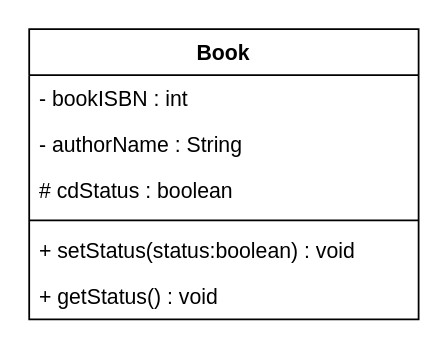
Above: E2ClassDiagram.drawio in yunee01/W2 (draw.io), before the change. Source tidied: cells renumbered, new cells numbered last; positions are measured from the earlier drawing's top-left corner, leaving out a move shared by most shapes. Both pictures are drawn from the tidied source at 177%, with x=0, y=0 at pixel (28, 28).
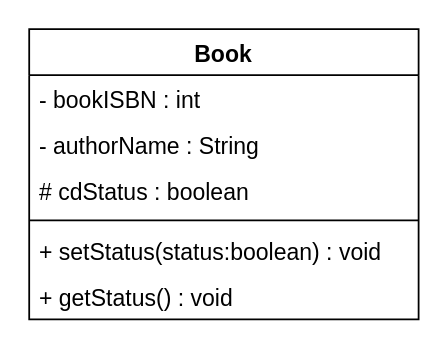
The same diagram, later.

What changed in the source:
```diff
@@
 <mxGraphModel>
   <root>
     <mxCell id="0" />
     <mxCell id="1" parent="0" />
-    <mxCell id="2" value="Book" style="swimlane;fontStyle=1;align=center;verticalAlign=top;horizontal=1;startSize=26;" parent="1" vertex="1">
+    <mxCell id="2" value="Book" style="swimlane;fontStyle=1;align=center;verticalAlign=top;horizontal=1;startSize=26;fontSize=13;" parent="1" vertex="1">
       <mxGeometry width="220" height="164" as="geometry" />
     </mxCell>
-    <mxCell id="3" value="- bookISBN : int" style="text;strokeColor=none;fillColor=none;align=left;verticalAlign=top;spacingLeft=4;spacingRight=4;overflow=hidden;" parent="2" vertex="1">
+    <mxCell id="3" value="- bookISBN : int" style="text;strokeColor=none;fillColor=none;align=left;verticalAlign=top;spacingLeft=4;spacingRight=4;overflow=hidden;fontSize=13;" parent="2" vertex="1">
       <mxGeometry y="26" width="220" height="26" as="geometry" />
     </mxCell>
-    <mxCell id="4" value="- authorName : String" style="text;strokeColor=none;fillColor=none;align=left;verticalAlign=top;spacingLeft=4;spacingRight=4;overflow=hidden;" parent="2" vertex="1">
+    <mxCell id="4" value="- authorName : String" style="text;strokeColor=none;fillColor=none;align=left;verticalAlign=top;spacingLeft=4;spacingRight=4;overflow=hidden;fontSize=13;" parent="2" vertex="1">
       <mxGeometry y="52" width="220" height="26" as="geometry" />
     </mxCell>
-    <mxCell id="5" value="# cdStatus : boolean" style="text;strokeColor=none;fillColor=none;align=left;verticalAlign=top;spacingLeft=4;spacingRight=4;overflow=hidden;" parent="2" vertex="1">
+    <mxCell id="5" value="# cdStatus : boolean" style="text;strokeColor=none;fillColor=none;align=left;verticalAlign=top;spacingLeft=4;spacingRight=4;overflow=hidden;fontSize=13;" parent="2" vertex="1">
       <mxGeometry y="78" width="220" height="26" as="geometry" />
     </mxCell>
-    <mxCell id="6" style="line;strokeWidth=1;fillColor=none;align=left;verticalAlign=middle;spacingTop=-1;spacingLeft=3;spacingRight=3;labelPosition=right;" parent="2" vertex="1">
+    <mxCell id="6" style="line;strokeWidth=1;fillColor=none;align=left;verticalAlign=middle;spacingTop=-1;spacingLeft=3;spacingRight=3;labelPosition=right;fontSize=13;" parent="2" vertex="1">
       <mxGeometry y="104" width="220" height="8" as="geometry" />
     </mxCell>
-    <mxCell id="7" value="+ setStatus(status:boolean) : void" style="text;strokeColor=none;fillColor=none;align=left;verticalAlign=top;spacingLeft=4;spacingRight=4;overflow=hidden;" parent="2" vertex="1">
+    <mxCell id="7" value="+ setStatus(status:boolean) : void" style="text;strokeColor=none;fillColor=none;align=left;verticalAlign=top;spacingLeft=4;spacingRight=4;overflow=hidden;fontSize=13;" parent="2" vertex="1">
       <mxGeometry y="112" width="220" height="26" as="geometry" />
     </mxCell>
-    <mxCell id="8" value="+ getStatus() : void" style="text;strokeColor=none;fillColor=none;align=left;verticalAlign=top;spacingLeft=4;spacingRight=4;overflow=hidden;" parent="2" vertex="1">
+    <mxCell id="8" value="+ getStatus() : void" style="text;strokeColor=none;fillColor=none;align=left;verticalAlign=top;spacingLeft=4;spacingRight=4;overflow=hidden;fontSize=13;" parent="2" vertex="1">
       <mxGeometry y="138" width="220" height="26" as="geometry" />
     </mxCell>
   </root>
 </mxGraphModel>
```
